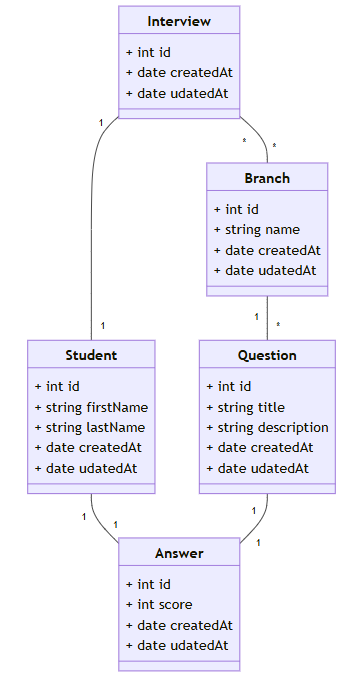
Suirita/File_rouge keeps this Mermaid diagram as docs/assets/img/Diagramme_de_class.png. Above is the earlier version. Its source is kept beside it as Diagramme_de_class/Diagramme_de_class.mmd. The source it was exported from:
```mermaid
classDiagram

namespace PkgEntretienInscription {
  class Inscrit
  class Formateur
  class Entretien
  class ReponseEntretien
  class Question
  class ReponseQuestion
  class EvaluationQuestion
  class BrancheQuestion
}

class Entretien{
  dateEntretien : date
}


class EvaluationQuestion{
  note : float
  remarques : string
}


namespace PkgTestInscription {
  class Test
  class ReponseTest
}


namespace PkgUtilisateurs {
  class Formateur
}


Inscrit --> "1" ReponseTest
Inscrit --> "1" ReponseEntretien
Formateur "*" -- "*" ReponseEntretien
BrancheQuestion "1" --> "*" Question
EvaluationQuestion "*" --> "1" ReponseQuestion
EvaluationQuestion "*" --> "1" Formateur
ReponseEntretien --> "1" Entretien
BrancheQuestion --> Entretien
Question --> ReponseQuestion
```
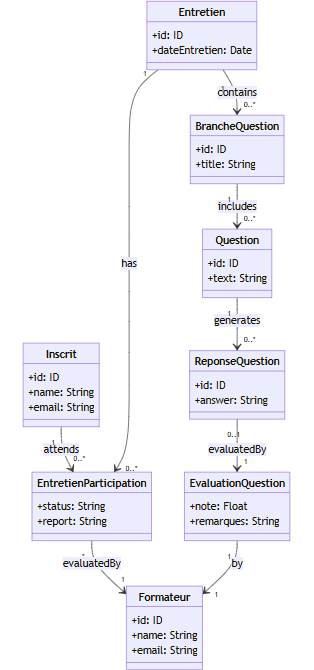
After the commit.

The edit, as a diff of the source:
```diff
@@ -1,44 +1,46 @@
 classDiagram
+  class Formateur {
+    +id: ID
+    +name: String
+    +email: String
+  }
 
-namespace PkgEntretienInscription {
-  class Inscrit
-  class Formateur
-  class Entretien
-  class ReponseEntretien
-  class Question
-  class ReponseQuestion
-  class EvaluationQuestion
-  class BrancheQuestion
-}
+  class Inscrit {
+    +id: ID
+    +name: String
+    +email: String
+  }
+  class Entretien {
+    +id: ID
+    +dateEntretien: Date
+  }
+  class EntretienParticipation {
+    +status: String
+    +report: String
+  }
+  class BrancheQuestion {
+    +id: ID
+    +title: String
+  }
+  class Question {
+    +id: ID
+    +text: String
+  }
+  class ReponseQuestion {
+    +id: ID
+    +answer: String
+  }
+  class EvaluationQuestion {
+    +note: Float
+    +remarques: String
+  }
 
-class Entretien{
-  dateEntretien : date
-}
+  Inscrit "1" --> "0..*" EntretienParticipation : attends
+  Entretien "1" --> "0..*" EntretienParticipation : has
+  EntretienParticipation "*" --> "1" Formateur : evaluatedBy
 
-
-class EvaluationQuestion{
-  note : float
-  remarques : string
-}
-
-
-namespace PkgTestInscription {
-  class Test
-  class ReponseTest
-}
-
-
-namespace PkgUtilisateurs {
-  class Formateur
-}
-
-
-Inscrit --> "1" ReponseTest
-Inscrit --> "1" ReponseEntretien
-Formateur "*" -- "*" ReponseEntretien
-BrancheQuestion "1" --> "*" Question
-EvaluationQuestion "*" --> "1" ReponseQuestion
-EvaluationQuestion "*" --> "1" Formateur
-ReponseEntretien --> "1" Entretien
-BrancheQuestion --> Entretien
-Question --> ReponseQuestion
+  Entretien "1" --> "0..*" BrancheQuestion : contains
+  BrancheQuestion "1" --> "0..*" Question : includes
+  Question "1" --> "0..*" ReponseQuestion : generates
+  ReponseQuestion "0..1" --> "1" EvaluationQuestion : evaluatedBy
+  EvaluationQuestion "1" --> "1" Formateur : by
```
